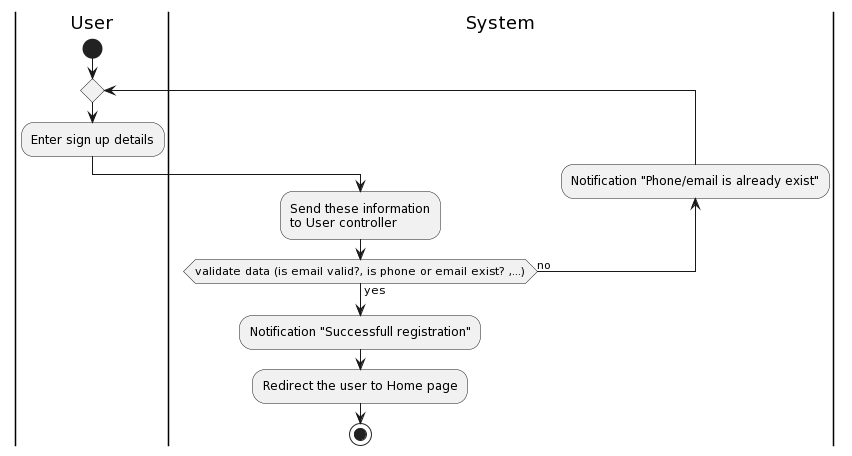
Above: Lab 1.2/img/activity/sign-up.png in doublek2712/SE357-Pratice-class (PlantUML), before the change. Its diagram source:
```plantuml
@startuml
|User|
start
repeat
:Enter sign up details;
|System|
:Send these information
to User controller;
backward:Notification "Phone/email is already exist";
repeat while (validate data (is email valid?, is phone or email exist? ,...)) is (no) not (yes)
:Notification "Successfull registration";
:Redirect the user to Home page;
stop
@enduml
```
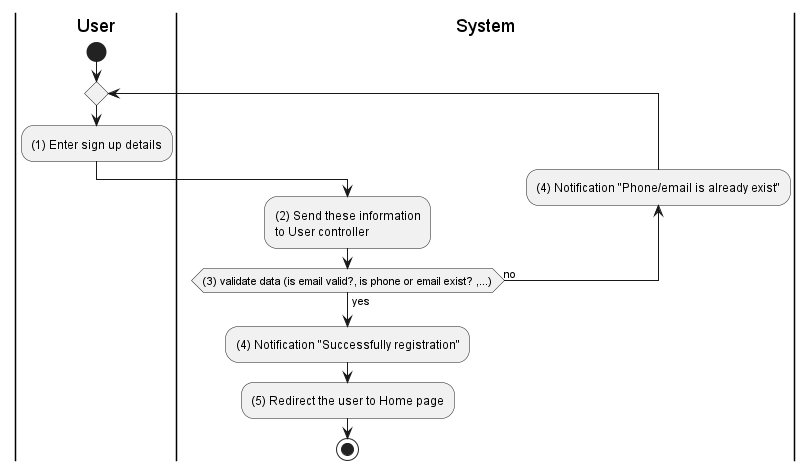
The same file after the commit.

What changed in the source:
```diff
@@ -2,13 +2,13 @@
 |User|
 start
 repeat
-:Enter sign up details;
+:(1) Enter sign up details;
 |System|
-:Send these information
+:(2) Send these information
 to User controller;
-backward:Notification "Phone/email is already exist";
-repeat while (validate data (is email valid?, is phone or email exist? ,...)) is (no) not (yes)
-:Notification "Successfull registration";
-:Redirect the user to Home page;
+backward:(4) Notification "Phone/email is already exist";
+repeat while ((3) validate data (is email valid?, is phone or email exist? ,...)) is (no) not (yes)
+:(4) Notification "Successfully registration";
+:(5) Redirect the user to Home page;
 stop
 @enduml
```
